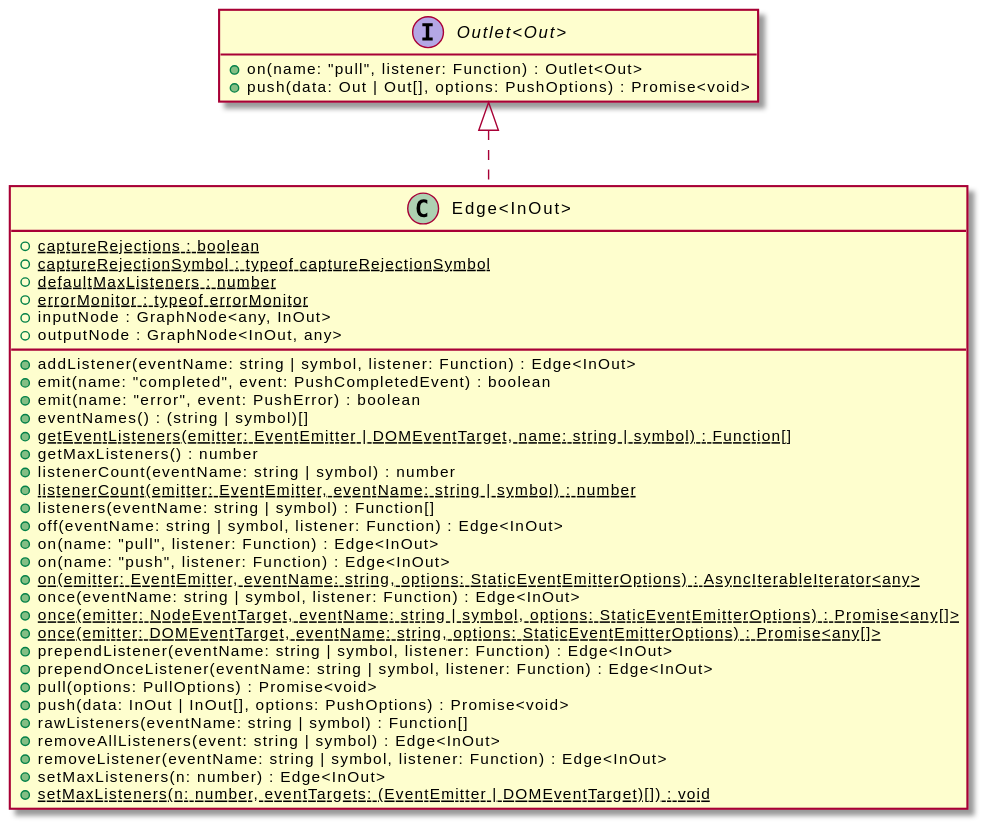
The PlantUML diagram assets/Outlet-umlClassDiagram-331.svg in OpenHPS/openhps-core, before a commit. The source it was exported from:
```plantuml
@startuml
skinparam BackgroundColor transparent
hide empty methods
hide empty fields
interface "Outlet<Out>" {
    +on(name: "pull", listener: Function) : Outlet<Out>
    +push(data: Out | Out[], options: PushOptions) : Promise<void>
}
class "Edge<InOut>" {
    {static} +captureRejections : boolean
    {static} +captureRejectionSymbol : typeof captureRejectionSymbol
    {static} +defaultMaxListeners : number
    {static} +errorMonitor : typeof errorMonitor
    +inputNode : GraphNode<any, InOut>
    +outputNode : GraphNode<InOut, any>
    +addListener(eventName: string | symbol, listener: Function) : Edge<InOut>
    +emit(name: "completed", event: PushCompletedEvent) : boolean
    +emit(name: "error", event: PushError) : boolean
    +eventNames() : (string | symbol)[]
    {static} +getEventListeners(emitter: EventEmitter | DOMEventTarget, name: string | symbol) : Function[]
    +getMaxListeners() : number
    +listenerCount(eventName: string | symbol) : number
    {static} +listenerCount(emitter: EventEmitter, eventName: string | symbol) : number
    +listeners(eventName: string | symbol) : Function[]
    +off(eventName: string | symbol, listener: Function) : Edge<InOut>
    +on(name: "pull", listener: Function) : Edge<InOut>
    +on(name: "push", listener: Function) : Edge<InOut>
    {static} +on(emitter: EventEmitter, eventName: string, options: StaticEventEmitterOptions) : AsyncIterableIterator<any>
    +once(eventName: string | symbol, listener: Function) : Edge<InOut>
    {static} +once(emitter: NodeEventTarget, eventName: string | symbol, options: StaticEventEmitterOptions) : Promise<any[]>
    {static} +once(emitter: DOMEventTarget, eventName: string, options: StaticEventEmitterOptions) : Promise<any[]>
    +prependListener(eventName: string | symbol, listener: Function) : Edge<InOut>
    +prependOnceListener(eventName: string | symbol, listener: Function) : Edge<InOut>
    +pull(options: PullOptions) : Promise<void>
    +push(data: InOut | InOut[], options: PushOptions) : Promise<void>
    +rawListeners(eventName: string | symbol) : Function[]
    +removeAllListeners(event: string | symbol) : Edge<InOut>
    +removeListener(eventName: string | symbol, listener: Function) : Edge<InOut>
    +setMaxListeners(n: number) : Edge<InOut>
    {static} +setMaxListeners(n: number, eventTargets: (EventEmitter | DOMEventTarget)[]) : void
}
"Outlet<Out>" <|.. "Edge<InOut>"
@enduml
```
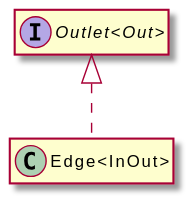
Above is the later version.

The edit, as a diff of the source:
```diff
@@ -3,41 +3,8 @@
 hide empty methods
 hide empty fields
 interface "Outlet<Out>" {
-    +on(name: "pull", listener: Function) : Outlet<Out>
-    +push(data: Out | Out[], options: PushOptions) : Promise<void>
 }
 class "Edge<InOut>" {
-    {static} +captureRejections : boolean
-    {static} +captureRejectionSymbol : typeof captureRejectionSymbol
-    {static} +defaultMaxListeners : number
-    {static} +errorMonitor : typeof errorMonitor
-    +inputNode : GraphNode<any, InOut>
-    +outputNode : GraphNode<InOut, any>
-    +addListener(eventName: string | symbol, listener: Function) : Edge<InOut>
-    +emit(name: "completed", event: PushCompletedEvent) : boolean
-    +emit(name: "error", event: PushError) : boolean
-    +eventNames() : (string | symbol)[]
-    {static} +getEventListeners(emitter: EventEmitter | DOMEventTarget, name: string | symbol) : Function[]
-    +getMaxListeners() : number
-    +listenerCount(eventName: string | symbol) : number
-    {static} +listenerCount(emitter: EventEmitter, eventName: string | symbol) : number
-    +listeners(eventName: string | symbol) : Function[]
-    +off(eventName: string | symbol, listener: Function) : Edge<InOut>
-    +on(name: "pull", listener: Function) : Edge<InOut>
-    +on(name: "push", listener: Function) : Edge<InOut>
-    {static} +on(emitter: EventEmitter, eventName: string, options: StaticEventEmitterOptions) : AsyncIterableIterator<any>
-    +once(eventName: string | symbol, listener: Function) : Edge<InOut>
-    {static} +once(emitter: NodeEventTarget, eventName: string | symbol, options: StaticEventEmitterOptions) : Promise<any[]>
-    {static} +once(emitter: DOMEventTarget, eventName: string, options: StaticEventEmitterOptions) : Promise<any[]>
-    +prependListener(eventName: string | symbol, listener: Function) : Edge<InOut>
-    +prependOnceListener(eventName: string | symbol, listener: Function) : Edge<InOut>
-    +pull(options: PullOptions) : Promise<void>
-    +push(data: InOut | InOut[], options: PushOptions) : Promise<void>
-    +rawListeners(eventName: string | symbol) : Function[]
-    +removeAllListeners(event: string | symbol) : Edge<InOut>
-    +removeListener(eventName: string | symbol, listener: Function) : Edge<InOut>
-    +setMaxListeners(n: number) : Edge<InOut>
-    {static} +setMaxListeners(n: number, eventTargets: (EventEmitter | DOMEventTarget)[]) : void
 }
 "Outlet<Out>" <|.. "Edge<InOut>"
 @enduml
```
